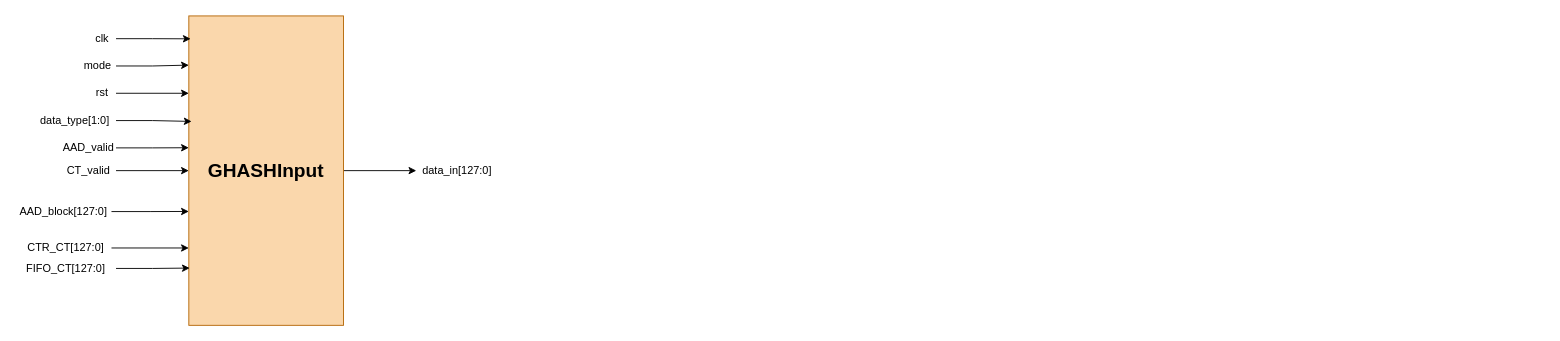
This is Quang Long/_drawio/GHASHInput high level.drawio from LQLManZz/AES128-Verilog, a draw.io file, before an edit. Source tidied: cells renumbered, new cells numbered last; positions are measured from the earlier drawing's top-left corner, leaving out a move shared by most shapes. Both pictures are drawn from the tidied source at 91%, with x=0, y=0 at pixel (15, 15).
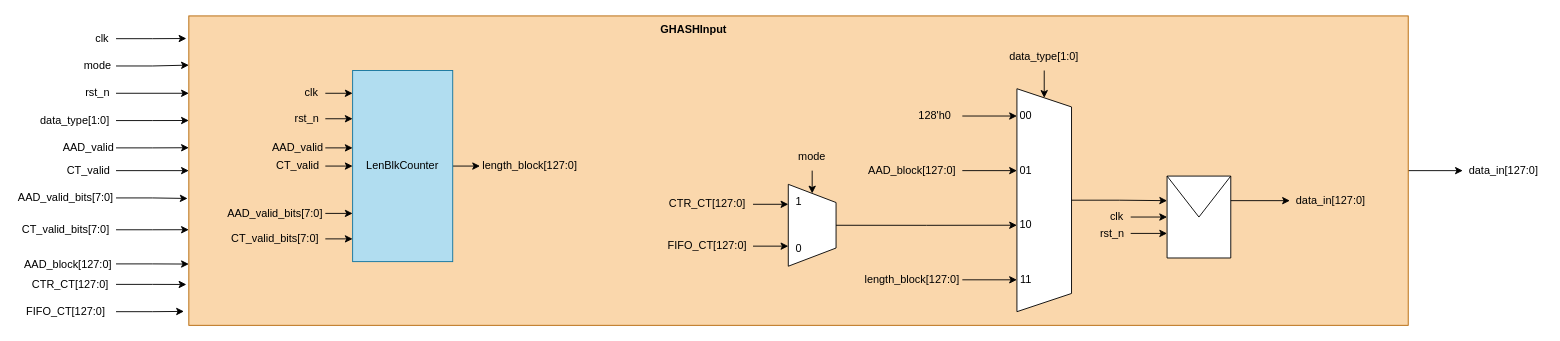
The same page after the edit.

Unchanged cells that the change refers to:
```xml
<mxCell id="9" value="AAD_valid" style="text;html=1;whiteSpace=wrap;strokeColor=none;fillColor=none;align=center;verticalAlign=middle;rounded=0;" parent="1" vertex="1">
  <mxGeometry x="50" y="130" width="60" height="30" as="geometry" />
</mxCell>
<mxCell id="12" value="clk" style="text;html=1;whiteSpace=wrap;strokeColor=none;fillColor=none;align=center;verticalAlign=middle;rounded=0;" parent="1" vertex="1">
  <mxGeometry x="80" y="10" width="30" height="30" as="geometry" />
</mxCell>
<mxCell id="14" value="data_type[1:0]" style="text;html=1;whiteSpace=wrap;strokeColor=none;fillColor=none;align=center;verticalAlign=middle;rounded=0;" parent="1" vertex="1">
  <mxGeometry x="20" y="100" width="90" height="30" as="geometry" />
</mxCell>
```

Diff of the diagram source:
```diff
@@
-    <mxCell id="3" value="&lt;font style=&quot;font-size: 21px;&quot;&gt;&lt;b&gt;GHASHInput&lt;/b&gt;&lt;/font&gt;" style="rounded=0;whiteSpace=wrap;html=1;fillColor=#fad7ac;strokeColor=#b46504;" parent="1" vertex="1">
-      <mxGeometry x="190" width="170" height="340" as="geometry" />
+    <mxCell id="3" style="rounded=0;whiteSpace=wrap;html=1;fillColor=#fad7ac;strokeColor=#b46504;" parent="1" vertex="1">
+      <mxGeometry x="190" width="1340" height="340" as="geometry" />
     </mxCell>
     <mxCell id="4" value="AAD_block[127:0]" style="text;html=1;whiteSpace=wrap;strokeColor=none;fillColor=none;align=center;verticalAlign=middle;rounded=0;" parent="1" vertex="1">
-      <mxGeometry y="200" width="105" height="30" as="geometry" />
+      <mxGeometry x="5" y="257.5" width="105" height="30" as="geometry" />
     </mxCell>
-    <mxCell id="5" style="edgeStyle=orthogonalEdgeStyle;rounded=0;jettySize=auto;html=1;exitX=1;exitY=0.5;exitDx=0;exitDy=0;entryX=0;entryY=0.75;entryDx=0;entryDy=0;fontFamily=Helvetica;fontSize=12;fontColor=default;" parent="1" edge="1" source="6" target="3">
-      <mxGeometry relative="1" as="geometry" />
-    </mxCell>
     <mxCell id="6" value="CTR_CT[127:0]" style="text;html=1;whiteSpace=wrap;strokeColor=none;fillColor=none;align=center;verticalAlign=middle;rounded=0;" parent="1" vertex="1">
-      <mxGeometry x="5" y="240" width="100" height="30" as="geometry" />
+      <mxGeometry x="10" y="280" width="100" height="30" as="geometry" />
     </mxCell>
     <mxCell id="7" value="FIFO_CT[127:0]" style="text;html=1;whiteSpace=wrap;strokeColor=none;fillColor=none;align=center;verticalAlign=middle;rounded=0;" parent="1" vertex="1">
-      <mxGeometry y="262.5" width="110" height="30" as="geometry" />
+      <mxGeometry y="310" width="110" height="30" as="geometry" />
     </mxCell>
     <mxCell id="8" value="data_in[127:0]" style="text;html=1;whiteSpace=wrap;strokeColor=none;fillColor=none;align=center;verticalAlign=middle;rounded=0;" parent="1" vertex="1">
-      <mxGeometry x="440" y="155" width="90" height="30" as="geometry" />
+      <mxGeometry x="1590" y="155" width="90" height="30" as="geometry" />
     </mxCell>
@@
-    <mxCell id="15" style="edgeStyle=orthogonalEdgeStyle;rounded=0;jettySize=auto;html=1;exitX=1;exitY=0.5;exitDx=0;exitDy=0;entryX=0.012;entryY=0.074;entryDx=0;entryDy=0;entryPerimeter=0;fontFamily=Helvetica;fontSize=12;fontColor=default;" parent="1" edge="1" source="12" target="3">
-      <mxGeometry relative="1" as="geometry" />
-    </mxCell>
@@
-    <mxCell id="17" value="rst" style="text;html=1;whiteSpace=wrap;strokeColor=none;fillColor=none;align=center;verticalAlign=middle;rounded=0;" parent="1" vertex="1">
-      <mxGeometry x="80" y="70" width="30" height="30" as="geometry" />
+    <mxCell id="17" value="rst_n" style="text;html=1;whiteSpace=wrap;strokeColor=none;fillColor=none;align=center;verticalAlign=middle;rounded=0;" parent="1" vertex="1">
+      <mxGeometry x="70" y="70" width="40" height="30" as="geometry" />
     </mxCell>
@@
+    <mxCell id="20" style="edgeStyle=orthogonalEdgeStyle;rounded=0;jettySize=auto;html=1;exitX=1;exitY=0.5;exitDx=0;exitDy=0;entryX=0;entryY=0.426;entryDx=0;entryDy=0;entryPerimeter=0;fontFamily=Helvetica;fontSize=12;fontColor=default;" parent="1" edge="1" source="9" target="3">
+      <mxGeometry relative="1" as="geometry" />
+    </mxCell>
+    <mxCell id="23" value="AAD_valid_bits[7:0]" style="text;html=1;whiteSpace=wrap;strokeColor=none;fillColor=none;align=center;verticalAlign=middle;rounded=0;" parent="1" vertex="1">
+      <mxGeometry y="185" width="110" height="30" as="geometry" />
+    </mxCell>
+    <mxCell id="24" value="CT_valid_bits[7:0]" style="text;html=1;whiteSpace=wrap;strokeColor=none;fillColor=none;align=center;verticalAlign=middle;rounded=0;" parent="1" vertex="1">
+      <mxGeometry y="220" width="110" height="30" as="geometry" />
+    </mxCell>
+    <mxCell id="25" style="edgeStyle=orthogonalEdgeStyle;rounded=0;jettySize=auto;html=1;exitX=1;exitY=0.5;exitDx=0;exitDy=0;entryX=0;entryY=0.691;entryDx=0;entryDy=0;entryPerimeter=0;fontFamily=Helvetica;fontSize=12;fontColor=default;" parent="1" edge="1" source="24" target="3">
+      <mxGeometry relative="1" as="geometry" />
+    </mxCell>
+    <mxCell id="21" style="edgeStyle=orthogonalEdgeStyle;rounded=0;jettySize=auto;html=1;exitX=1;exitY=0.5;exitDx=0;exitDy=0;entryX=0;entryY=0.802;entryDx=0;entryDy=0;entryPerimeter=0;fontFamily=Helvetica;fontSize=12;fontColor=default;" parent="1" edge="1" source="4" target="3">
+      <mxGeometry relative="1" as="geometry" />
+    </mxCell>
+    <mxCell id="5" style="edgeStyle=orthogonalEdgeStyle;rounded=0;jettySize=auto;html=1;exitX=1;exitY=0.5;exitDx=0;exitDy=0;entryX=-0.002;entryY=0.868;entryDx=0;entryDy=0;entryPerimeter=0;fontFamily=Helvetica;fontSize=12;fontColor=default;" parent="1" edge="1" source="6" target="3">
+      <mxGeometry relative="1" as="geometry" />
+    </mxCell>
+    <mxCell id="22" style="edgeStyle=orthogonalEdgeStyle;rounded=0;jettySize=auto;html=1;exitX=1;exitY=0.5;exitDx=0;exitDy=0;entryX=-0.004;entryY=0.955;entryDx=0;entryDy=0;entryPerimeter=0;fontFamily=Helvetica;fontSize=12;fontColor=default;" parent="1" edge="1" source="7" target="3">
+      <mxGeometry relative="1" as="geometry" />
+    </mxCell>
+    <mxCell id="26" value="GHASHInput" style="text;html=1;whiteSpace=wrap;strokeColor=none;fillColor=none;align=center;verticalAlign=middle;rounded=0;fontStyle=1;" parent="1" vertex="1">
+      <mxGeometry x="700" width="90" height="30" as="geometry" />
+    </mxCell>
+    <mxCell id="27" style="group;" parent="1" vertex="1">
+      <mxGeometry x="230" y="60" width="390" height="210" as="geometry" />
+    </mxCell>
+    <mxCell id="28" style="edgeStyle=orthogonalEdgeStyle;rounded=0;jettySize=auto;html=1;exitX=1;exitY=0.5;exitDx=0;exitDy=0;entryX=0;entryY=0.5;entryDx=0;entryDy=0;fontFamily=Helvetica;fontSize=12;fontColor=default;" parent="27" edge="1" source="29" target="42">
+      <mxGeometry relative="1" as="geometry" />
+    </mxCell>
+    <mxCell id="29" value="LenBlkCounter" style="whiteSpace=wrap;html=1;fillColor=#b1ddf0;strokeColor=#10739e;" parent="27" vertex="1">
+      <mxGeometry x="140" width="110" height="210" as="geometry" />
+    </mxCell>
+    <mxCell id="30" value="clk" style="text;html=1;whiteSpace=wrap;strokeColor=none;fillColor=none;align=center;verticalAlign=middle;rounded=0;" parent="27" vertex="1">
+      <mxGeometry x="80" y="10" width="30" height="30" as="geometry" />
+    </mxCell>
+    <mxCell id="31" style="edgeStyle=orthogonalEdgeStyle;rounded=0;jettySize=auto;html=1;exitX=1;exitY=0.5;exitDx=0;exitDy=0;entryX=0;entryY=0.25;entryDx=0;entryDy=0;fontFamily=Helvetica;fontSize=12;fontColor=default;" parent="27" edge="1" source="32" target="29">
+      <mxGeometry relative="1" as="geometry" />
+    </mxCell>
+    <mxCell id="32" value="rst_n" style="text;html=1;whiteSpace=wrap;strokeColor=none;fillColor=none;align=center;verticalAlign=middle;rounded=0;" parent="27" vertex="1">
+      <mxGeometry x="70" y="38" width="40" height="30" as="geometry" />
+    </mxCell>
+    <mxCell id="33" value="AAD_valid" style="text;html=1;whiteSpace=wrap;strokeColor=none;fillColor=none;align=center;verticalAlign=middle;rounded=0;" parent="27" vertex="1">
+      <mxGeometry x="50" y="70" width="60" height="30" as="geometry" />
+    </mxCell>
+    <mxCell id="34" style="edgeStyle=orthogonalEdgeStyle;rounded=0;jettySize=auto;html=1;exitX=1;exitY=0.5;exitDx=0;exitDy=0;entryX=0;entryY=0.5;entryDx=0;entryDy=0;fontFamily=Helvetica;fontSize=12;fontColor=default;" parent="27" edge="1" source="35" target="29">
+      <mxGeometry relative="1" as="geometry" />
+    </mxCell>
+    <mxCell id="35" value="CT_valid" style="text;html=1;whiteSpace=wrap;strokeColor=none;fillColor=none;align=center;verticalAlign=middle;rounded=0;" parent="27" vertex="1">
+      <mxGeometry x="50" y="90" width="60" height="30" as="geometry" />
+    </mxCell>
+    <mxCell id="36" style="edgeStyle=orthogonalEdgeStyle;rounded=0;jettySize=auto;html=1;exitX=1;exitY=0.5;exitDx=0;exitDy=0;entryX=0;entryY=0.75;entryDx=0;entryDy=0;fontFamily=Helvetica;fontSize=12;fontColor=default;" parent="27" edge="1" source="37" target="29">
+      <mxGeometry relative="1" as="geometry" />
+    </mxCell>
+    <mxCell id="37" value="AAD_valid_bits[7:0]" style="text;html=1;whiteSpace=wrap;strokeColor=none;fillColor=none;align=center;verticalAlign=middle;rounded=0;" parent="27" vertex="1">
+      <mxGeometry y="142" width="110" height="30" as="geometry" />
+    </mxCell>
+    <mxCell id="38" value="CT_valid_bits[7:0]" style="text;html=1;whiteSpace=wrap;strokeColor=none;fillColor=none;align=center;verticalAlign=middle;rounded=0;" parent="27" vertex="1">
+      <mxGeometry y="170" width="110" height="30" as="geometry" />
+    </mxCell>
+    <mxCell id="39" style="edgeStyle=orthogonalEdgeStyle;rounded=0;jettySize=auto;html=1;exitX=1;exitY=0.5;exitDx=0;exitDy=0;entryX=0;entryY=0.12;entryDx=0;entryDy=0;entryPerimeter=0;fontFamily=Helvetica;fontSize=12;fontColor=default;" parent="27" edge="1" source="30" target="29">
+      <mxGeometry relative="1" as="geometry" />
+    </mxCell>
+    <mxCell id="40" style="edgeStyle=orthogonalEdgeStyle;rounded=0;jettySize=auto;html=1;exitX=1;exitY=0.5;exitDx=0;exitDy=0;entryX=0;entryY=0.406;entryDx=0;entryDy=0;entryPerimeter=0;fontFamily=Helvetica;fontSize=12;fontColor=default;" parent="27" edge="1" source="33" target="29">
+      <mxGeometry relative="1" as="geometry" />
+    </mxCell>
+    <mxCell id="41" style="edgeStyle=orthogonalEdgeStyle;rounded=0;jettySize=auto;html=1;exitX=1;exitY=0.5;exitDx=0;exitDy=0;entryX=0;entryY=0.882;entryDx=0;entryDy=0;entryPerimeter=0;fontFamily=Helvetica;fontSize=12;fontColor=default;" parent="27" edge="1" source="38" target="29">
+      <mxGeometry relative="1" as="geometry" />
+    </mxCell>
+    <mxCell id="42" value="length_block[127:0]" style="text;html=1;whiteSpace=wrap;strokeColor=none;fillColor=none;align=center;verticalAlign=middle;rounded=0;" parent="27" vertex="1">
+      <mxGeometry x="280" y="90" width="110" height="30" as="geometry" />
+    </mxCell>
+    <mxCell id="43" style="group;" parent="1" vertex="1">
+      <mxGeometry x="710" y="30" width="620" height="275" as="geometry" />
+    </mxCell>
+    <mxCell id="44" style="group;" parent="43" vertex="1">
+      <mxGeometry x="297.5" y="70" width="245" height="200" as="geometry" />
+    </mxCell>
+    <mxCell id="45" style="shape=trapezoid;perimeter=trapezoidPerimeter;whiteSpace=wrap;html=1;fixedSize=1;rotation=90;" parent="44" vertex="1">
+      <mxGeometry y="72.5" width="245" height="60" as="geometry" />
+    </mxCell>
+    <mxCell id="46" value="01" style="text;html=1;whiteSpace=wrap;strokeColor=none;fillColor=none;align=center;verticalAlign=middle;rounded=0;" parent="44" vertex="1">
+      <mxGeometry x="92.5" y="60" width="20" height="20" as="geometry" />
+    </mxCell>
+    <mxCell id="47" value="00" style="text;html=1;whiteSpace=wrap;strokeColor=none;fillColor=none;align=center;verticalAlign=middle;rounded=0;" parent="44" vertex="1">
+      <mxGeometry x="92.5" width="20" height="20" as="geometry" />
+    </mxCell>
+    <mxCell id="48" value="10" style="text;html=1;whiteSpace=wrap;strokeColor=none;fillColor=none;align=center;verticalAlign=middle;rounded=0;" parent="44" vertex="1">
+      <mxGeometry x="92.5" y="120" width="20" height="20" as="geometry" />
+    </mxCell>
+    <mxCell id="49" value="11" style="text;html=1;whiteSpace=wrap;strokeColor=none;fillColor=none;align=center;verticalAlign=middle;rounded=0;" parent="44" vertex="1">
+      <mxGeometry x="92.5" y="180" width="20" height="20" as="geometry" />
+    </mxCell>
+    <mxCell id="50" style="edgeStyle=orthogonalEdgeStyle;rounded=0;jettySize=auto;html=1;exitX=0.5;exitY=1;exitDx=0;exitDy=0;entryX=0;entryY=0.5;entryDx=0;entryDy=0;" parent="43" edge="1" source="51" target="45">
+      <mxGeometry relative="1" as="geometry" />
+    </mxCell>
+    <mxCell id="51" value="data_type[1:0]" style="text;html=1;whiteSpace=wrap;strokeColor=none;fillColor=none;align=center;verticalAlign=middle;rounded=0;" parent="43" vertex="1">
+      <mxGeometry x="380" width="80" height="30" as="geometry" />
+    </mxCell>
+    <mxCell id="52" value="128'h0" style="text;html=1;whiteSpace=wrap;strokeColor=none;fillColor=none;align=center;verticalAlign=middle;rounded=0;" parent="43" vertex="1">
+      <mxGeometry x="270" y="65" width="60" height="30" as="geometry" />
+    </mxCell>
+    <mxCell id="53" style="edgeStyle=orthogonalEdgeStyle;rounded=0;jettySize=auto;html=1;exitX=1;exitY=0.5;exitDx=0;exitDy=0;entryX=0;entryY=0.5;entryDx=0;entryDy=0;" parent="43" edge="1" source="52" target="47">
+      <mxGeometry relative="1" as="geometry" />
+    </mxCell>
+    <mxCell id="54" style="edgeStyle=orthogonalEdgeStyle;rounded=0;jettySize=auto;html=1;exitX=1;exitY=0.5;exitDx=0;exitDy=0;entryX=0;entryY=0.5;entryDx=0;entryDy=0;" parent="43" edge="1" source="55" target="46">
+      <mxGeometry relative="1" as="geometry" />
+    </mxCell>
+    <mxCell id="55" value="AAD_block[127:0]" style="text;html=1;whiteSpace=wrap;strokeColor=none;fillColor=none;align=center;verticalAlign=middle;rounded=0;" parent="43" vertex="1">
+      <mxGeometry x="220" y="125" width="110" height="30" as="geometry" />
+    </mxCell>
+    <mxCell id="56" style="edgeStyle=orthogonalEdgeStyle;rounded=0;jettySize=auto;html=1;exitX=1;exitY=0.5;exitDx=0;exitDy=0;entryX=0;entryY=0.5;entryDx=0;entryDy=0;" parent="43" edge="1" source="57" target="49">
+      <mxGeometry relative="1" as="geometry" />
+    </mxCell>
+    <mxCell id="57" value="length_block[127:0]" style="text;html=1;whiteSpace=wrap;strokeColor=none;fillColor=none;align=center;verticalAlign=middle;rounded=0;" parent="43" vertex="1">
+      <mxGeometry x="220" y="245" width="110" height="30" as="geometry" />
+    </mxCell>
+    <mxCell id="58" style="group;" parent="43" vertex="1">
+      <mxGeometry x="120" y="165" width="90" height="70" as="geometry" />
+    </mxCell>
+    <mxCell id="59" style="shape=trapezoid;perimeter=trapezoidPerimeter;whiteSpace=wrap;html=1;fixedSize=1;rotation=90;" parent="58" vertex="1">
+      <mxGeometry y="8.8" width="90" height="52.5" as="geometry" />
+    </mxCell>
+    <mxCell id="60" value="0" style="text;html=1;whiteSpace=wrap;strokeColor=none;fillColor=none;align=center;verticalAlign=middle;rounded=0;" parent="58" vertex="1">
+      <mxGeometry x="22.5" y="52.5" width="15" height="17.5" as="geometry" />
+    </mxCell>
+    <mxCell id="61" value="1" style="text;html=1;whiteSpace=wrap;strokeColor=none;fillColor=none;align=center;verticalAlign=middle;rounded=0;" parent="58" vertex="1">
+      <mxGeometry x="22.5" width="15" height="17.5" as="geometry" />
+    </mxCell>
+    <mxCell id="62" style="edgeStyle=orthogonalEdgeStyle;rounded=0;jettySize=auto;html=1;exitX=0.5;exitY=0;exitDx=0;exitDy=0;entryX=0;entryY=0.5;entryDx=0;entryDy=0;" parent="43" edge="1" source="59" target="48">
+      <mxGeometry relative="1" as="geometry" />
+    </mxCell>
+    <mxCell id="63" style="edgeStyle=orthogonalEdgeStyle;rounded=0;jettySize=auto;html=1;exitX=0.5;exitY=1;exitDx=0;exitDy=0;entryX=0;entryY=0.5;entryDx=0;entryDy=0;" parent="43" edge="1" source="64" target="59">
+      <mxGeometry relative="1" as="geometry" />
+    </mxCell>
+    <mxCell id="64" value="mode" style="text;html=1;whiteSpace=wrap;strokeColor=none;fillColor=none;align=center;verticalAlign=middle;rounded=0;" parent="43" vertex="1">
+      <mxGeometry x="145" y="110" width="40" height="30" as="geometry" />
+    </mxCell>
+    <mxCell id="65" style="edgeStyle=orthogonalEdgeStyle;rounded=0;jettySize=auto;html=1;exitX=1;exitY=0.5;exitDx=0;exitDy=0;entryX=0.25;entryY=1;entryDx=0;entryDy=0;" parent="43" edge="1" source="66" target="59">
+      <mxGeometry relative="1" as="geometry" />
+    </mxCell>
+    <mxCell id="66" value="CTR_CT[127:0]" style="text;html=1;whiteSpace=wrap;strokeColor=none;fillColor=none;align=center;verticalAlign=middle;rounded=0;" parent="43" vertex="1">
+      <mxGeometry y="162" width="100" height="30" as="geometry" />
+    </mxCell>
+    <mxCell id="67" style="edgeStyle=orthogonalEdgeStyle;rounded=0;jettySize=auto;html=1;exitX=1;exitY=0.5;exitDx=0;exitDy=0;entryX=0.75;entryY=1;entryDx=0;entryDy=0;" parent="43" edge="1" source="68" target="59">
+      <mxGeometry relative="1" as="geometry" />
+    </mxCell>
+    <mxCell id="68" value="FIFO_CT[127:0]" style="text;html=1;whiteSpace=wrap;strokeColor=none;fillColor=none;align=center;verticalAlign=middle;rounded=0;" parent="43" vertex="1">
+      <mxGeometry y="208" width="100" height="30" as="geometry" />
+    </mxCell>
+    <mxCell id="15" style="edgeStyle=orthogonalEdgeStyle;rounded=0;jettySize=auto;html=1;exitX=1;exitY=0.5;exitDx=0;exitDy=0;entryX=-0.002;entryY=0.073;entryDx=0;entryDy=0;entryPerimeter=0;fontFamily=Helvetica;fontSize=12;fontColor=default;" parent="1" edge="1" source="12" target="3">
+      <mxGeometry relative="1" as="geometry" />
+    </mxCell>
-    <mxCell id="19" style="edgeStyle=orthogonalEdgeStyle;rounded=0;jettySize=auto;html=1;exitX=1;exitY=0.5;exitDx=0;exitDy=0;entryX=0.018;entryY=0.341;entryDx=0;entryDy=0;entryPerimeter=0;fontFamily=Helvetica;fontSize=12;fontColor=default;" parent="1" edge="1" source="14" target="3">
+    <mxCell id="19" style="edgeStyle=orthogonalEdgeStyle;rounded=0;jettySize=auto;html=1;exitX=1;exitY=0.5;exitDx=0;exitDy=0;entryX=0;entryY=0.338;entryDx=0;entryDy=0;entryPerimeter=0;fontFamily=Helvetica;fontSize=12;fontColor=default;" parent="1" edge="1" source="14" target="3">
       <mxGeometry relative="1" as="geometry" />
     </mxCell>
-    <mxCell id="20" style="edgeStyle=orthogonalEdgeStyle;rounded=0;jettySize=auto;html=1;exitX=1;exitY=0.5;exitDx=0;exitDy=0;entryX=0;entryY=0.426;entryDx=0;entryDy=0;entryPerimeter=0;fontFamily=Helvetica;fontSize=12;fontColor=default;" parent="1" edge="1" source="9" target="3">
-      <mxGeometry relative="1" as="geometry" />
-    </mxCell>
-    <mxCell id="21" style="edgeStyle=orthogonalEdgeStyle;rounded=0;jettySize=auto;html=1;exitX=1;exitY=0.5;exitDx=0;exitDy=0;entryX=0;entryY=0.632;entryDx=0;entryDy=0;entryPerimeter=0;fontFamily=Helvetica;fontSize=12;fontColor=default;" parent="1" edge="1" source="4" target="3">
-      <mxGeometry relative="1" as="geometry" />
-    </mxCell>
-    <mxCell id="22" style="edgeStyle=orthogonalEdgeStyle;rounded=0;jettySize=auto;html=1;exitX=1;exitY=0.5;exitDx=0;exitDy=0;entryX=0.006;entryY=0.815;entryDx=0;entryDy=0;entryPerimeter=0;fontFamily=Helvetica;fontSize=12;fontColor=default;" parent="1" edge="1" source="7" target="3">
-      <mxGeometry relative="1" as="geometry" />
-    </mxCell>
+    <mxCell id="69" style="edgeStyle=orthogonalEdgeStyle;rounded=0;jettySize=auto;html=1;exitX=1;exitY=0.5;exitDx=0;exitDy=0;entryX=-0.001;entryY=0.59;entryDx=0;entryDy=0;entryPerimeter=0;fontFamily=Helvetica;fontSize=12;fontColor=default;" parent="1" edge="1" source="23" target="3">
+      <mxGeometry relative="1" as="geometry" />
+    </mxCell>
+    <mxCell id="70" style="group;" parent="1" vertex="1">
+      <mxGeometry x="1185" y="176" width="150" height="90" as="geometry" />
+    </mxCell>
+    <mxCell id="71" style="shape=message;html=1;html=1;outlineConnect=0;labelPosition=center;verticalLabelPosition=bottom;align=center;verticalAlign=top;" parent="70" vertex="1">
+      <mxGeometry x="80" width="70" height="90" as="geometry" />
+    </mxCell>
+    <mxCell id="72" style="edgeStyle=orthogonalEdgeStyle;rounded=0;jettySize=auto;html=1;exitX=1;exitY=0.5;exitDx=0;exitDy=0;entryX=0;entryY=0.5;entryDx=0;entryDy=0;fontFamily=Helvetica;fontSize=12;fontColor=default;" parent="70" edge="1" source="73" target="71">
+      <mxGeometry relative="1" as="geometry" />
+    </mxCell>
+    <mxCell id="73" value="clk" style="text;html=1;whiteSpace=wrap;strokeColor=none;fillColor=none;align=center;verticalAlign=middle;rounded=0;" parent="70" vertex="1">
+      <mxGeometry x="10" y="30" width="30" height="30" as="geometry" />
+    </mxCell>
+    <mxCell id="74" style="edgeStyle=orthogonalEdgeStyle;rounded=0;jettySize=auto;html=1;exitX=1;exitY=0.5;exitDx=0;exitDy=0;entryX=0;entryY=0.7;entryDx=0;entryDy=0;fontFamily=Helvetica;fontSize=12;fontColor=default;" parent="70" edge="1" source="75" target="71">
+      <mxGeometry relative="1" as="geometry" />
+    </mxCell>
+    <mxCell id="75" value="rst_n" style="text;html=1;whiteSpace=wrap;strokeColor=none;fillColor=none;align=center;verticalAlign=middle;rounded=0;" parent="70" vertex="1">
+      <mxGeometry y="48" width="40" height="30" as="geometry" />
+    </mxCell>
+    <mxCell id="76" value="data_in[127:0]" style="text;html=1;whiteSpace=wrap;strokeColor=none;fillColor=none;align=center;verticalAlign=middle;rounded=0;" parent="1" vertex="1">
+      <mxGeometry x="1400" y="188" width="90" height="30" as="geometry" />
+    </mxCell>
+    <mxCell id="77" style="edgeStyle=orthogonalEdgeStyle;rounded=0;jettySize=auto;html=1;exitX=0.5;exitY=0;exitDx=0;exitDy=0;entryX=0;entryY=0.3;entryDx=0;entryDy=0;fontFamily=Helvetica;fontSize=12;fontColor=default;" parent="1" edge="1" source="45" target="71">
+      <mxGeometry relative="1" as="geometry" />
+    </mxCell>
+    <mxCell id="78" style="edgeStyle=orthogonalEdgeStyle;rounded=0;jettySize=auto;html=1;exitX=1;exitY=0.3;exitDx=0;exitDy=0;entryX=0;entryY=0.5;entryDx=0;entryDy=0;fontFamily=Helvetica;fontSize=12;fontColor=default;" parent="1" edge="1" source="71" target="76">
+      <mxGeometry relative="1" as="geometry" />
+    </mxCell>
```
